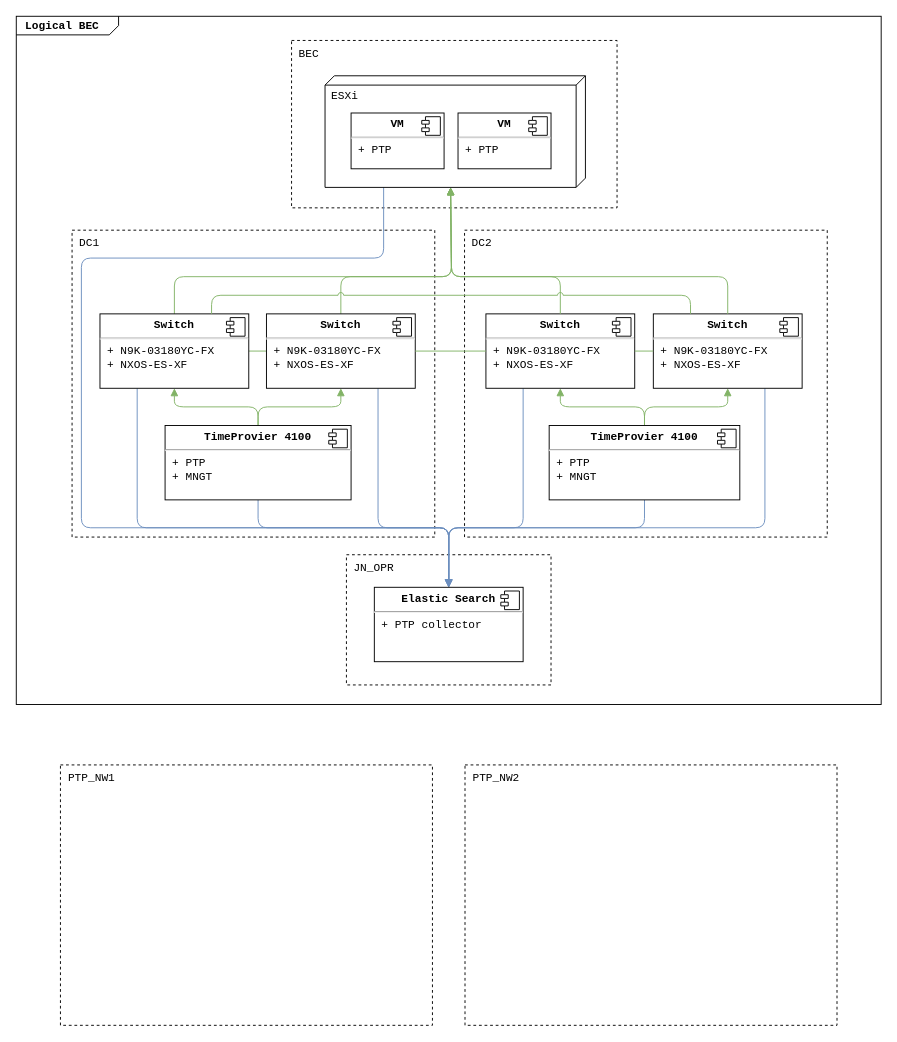
sdyrby/po keeps this draw.io diagram as PTP.drawio. Above is the earlier version. Source tidied: cells renumbered, new cells numbered last; positions are measured from the earlier drawing's top-left corner, leaving out a move shared by most shapes. Both pictures are drawn from the tidied source at 93%, with x=0, y=0 at pixel (16, 16).
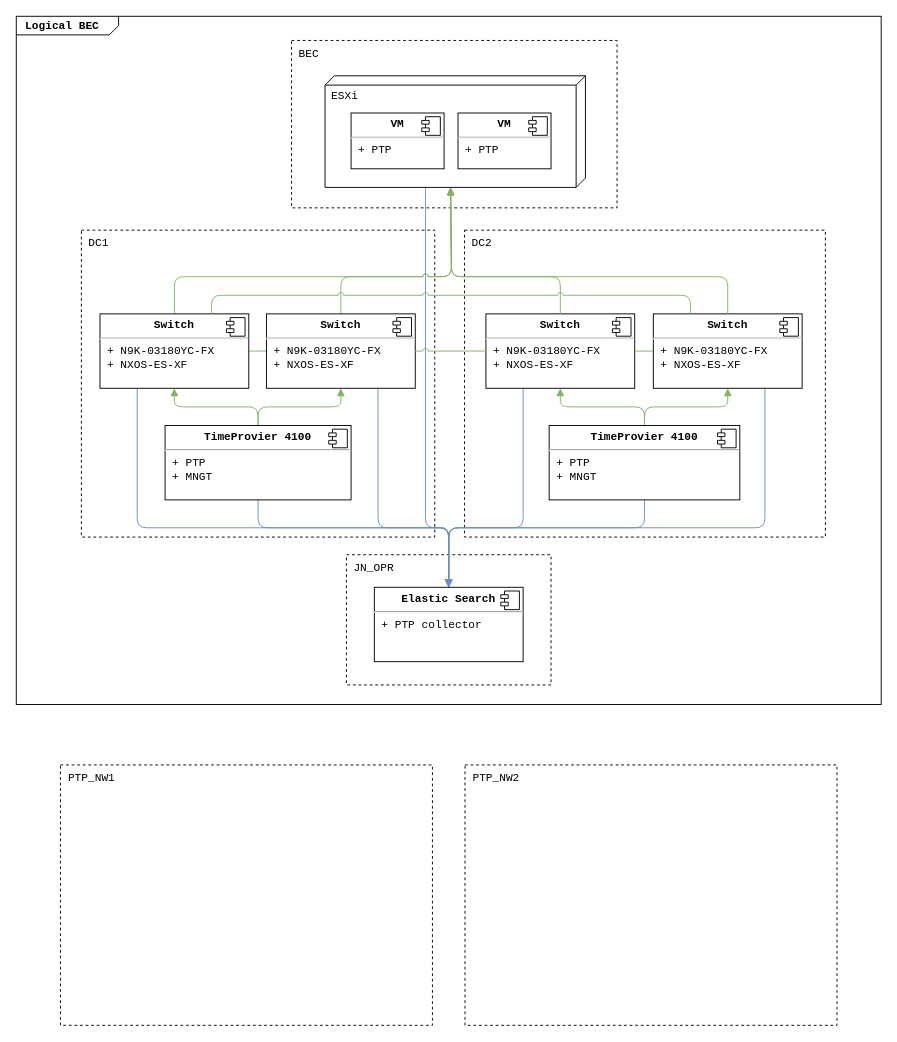
After the change.

The change refers to these unchanged cells:
```xml
<mxCell id="8" value="ESXi" style="verticalAlign=top;align=left;spacingTop=8;spacingLeft=5;spacingRight=12;shape=cube;size=10;direction=south;fontStyle=0;html=1;fontFamily=Courier New;" parent="1" vertex="1">
  <mxGeometry x="332" y="64" width="280" height="120" as="geometry" />
</mxCell>
<mxCell id="18" value="&lt;p style=&quot;margin: 0px ; margin-top: 6px ; text-align: center&quot;&gt;&lt;b&gt;Switch&lt;/b&gt;&lt;/p&gt;&lt;hr&gt;&lt;p style=&quot;margin: 0px ; margin-left: 8px&quot;&gt;+ N9K-03180YC-FX&lt;br&gt;+ NXOS-ES-XF&lt;/p&gt;" style="align=left;overflow=fill;html=1;rounded=0;fontFamily=Courier New;fontStyle=0;" parent="1" vertex="1">
  <mxGeometry x="90" y="320" width="160" height="80" as="geometry" />
</mxCell>
<mxCell id="22" value="&lt;p style=&quot;margin: 0px ; margin-top: 6px ; text-align: center&quot;&gt;&lt;b&gt;Switch&lt;/b&gt;&lt;/p&gt;&lt;hr&gt;&lt;p style=&quot;margin: 0px ; margin-left: 8px&quot;&gt;+ N9K-03180YC-FX&lt;br&gt;+ NXOS-ES-XF&lt;/p&gt;" style="align=left;overflow=fill;html=1;rounded=0;fontFamily=Courier New;fontStyle=0;" parent="1" vertex="1">
  <mxGeometry x="269" y="320" width="160" height="80" as="geometry" />
</mxCell>
<mxCell id="28" value="&lt;p style=&quot;margin: 0px ; margin-top: 6px ; text-align: center&quot;&gt;&lt;b&gt;Switch&lt;/b&gt;&lt;/p&gt;&lt;hr&gt;&lt;p style=&quot;margin: 0px ; margin-left: 8px&quot;&gt;+ N9K-03180YC-FX&lt;br&gt;+ NXOS-ES-XF&lt;/p&gt;" style="align=left;overflow=fill;html=1;rounded=0;fontFamily=Courier New;fontStyle=0;" parent="1" vertex="1">
  <mxGeometry x="505" y="320" width="160" height="80" as="geometry" />
</mxCell>
<mxCell id="45" value="&lt;p style=&quot;margin: 0px ; margin-top: 6px ; text-align: center&quot;&gt;&lt;b&gt;Elastic Search&lt;/b&gt;&lt;/p&gt;&lt;hr&gt;&lt;p style=&quot;margin: 0px ; margin-left: 8px&quot;&gt;+ PTP collector&lt;/p&gt;" style="align=left;overflow=fill;html=1;rounded=0;fontFamily=Courier New;fontStyle=0;" parent="1" vertex="1">
  <mxGeometry x="385" y="614" width="160" height="80" as="geometry" />
</mxCell>
```

Change to the diagram source:
```diff
@@
+    <mxCell id="4" value="&lt;p style=&quot;margin: 0px ; margin-top: 4px ; margin-left: 10px ; text-align: left&quot;&gt;&lt;b&gt;&lt;font&gt;Logical BEC&lt;/font&gt;&lt;/b&gt;&lt;/p&gt;" style="html=1;strokeWidth=1;shape=mxgraph.sysml.package;html=1;overflow=fill;whiteSpace=wrap;fillColor=none;gradientColor=none;fontSize=12;align=left;labelX=110;fontFamily=Courier New;fontStyle=0;" parent="1" vertex="1">
+      <mxGeometry width="930" height="740" as="geometry" />
+    </mxCell>
@@
-    <mxCell id="4" value="&lt;p style=&quot;margin: 0px ; margin-top: 4px ; margin-left: 10px ; text-align: left&quot;&gt;&lt;b&gt;&lt;font&gt;Logical BEC&lt;/font&gt;&lt;/b&gt;&lt;/p&gt;" style="html=1;strokeWidth=1;shape=mxgraph.sysml.package;html=1;overflow=fill;whiteSpace=wrap;fillColor=none;gradientColor=none;fontSize=12;align=left;labelX=110;fontFamily=Courier New;fontStyle=0;" parent="1" vertex="1">
-      <mxGeometry width="930" height="740" as="geometry" />
-    </mxCell>
     <mxCell id="5" value="DC2" style="html=1;rounded=0;dashed=1;fillColor=none;imageVerticalAlign=middle;align=left;verticalAlign=top;spacing=3;spacingLeft=5;strokeColor=#000000;perimeterSpacing=0;gradientColor=none;shadow=0;glass=0;fontFamily=Courier New;fontStyle=0;" parent="1" vertex="1">
-      <mxGeometry x="482" y="230" width="390" height="330" as="geometry" />
+      <mxGeometry x="482" y="230" width="388" height="330" as="geometry" />
     </mxCell>
     <mxCell id="6" value="DC1" style="html=1;rounded=0;dashed=1;fillColor=none;imageVerticalAlign=middle;align=left;verticalAlign=top;spacing=3;spacingLeft=5;glass=0;shadow=0;fontFamily=Courier New;fontStyle=0;" parent="1" vertex="1">
-      <mxGeometry x="60" y="230" width="390" height="330" as="geometry" />
+      <mxGeometry x="70" y="230" width="380" height="330" as="geometry" />
     </mxCell>
-    <mxCell id="7" style="edgeStyle=orthogonalEdgeStyle;rounded=1;jettySize=auto;html=1;exitX=0.992;exitY=0.775;exitDx=0;exitDy=0;exitPerimeter=0;entryX=0.5;entryY=0;entryDx=0;entryDy=0;fontFamily=Courier New;endArrow=block;endFill=1;fillColor=#dae8fc;strokeColor=#6c8ebf;" parent="1" edge="1" source="8" target="45">
+    <mxCell id="7" style="edgeStyle=orthogonalEdgeStyle;rounded=1;jettySize=auto;html=1;entryX=0.5;entryY=0;entryDx=0;entryDy=0;fontFamily=Courier New;endArrow=block;endFill=1;fillColor=#dae8fc;strokeColor=#6c8ebf;" parent="1" edge="1" source="8" target="45">
       <mxGeometry relative="1" as="geometry">
         <Array as="points">
-          <mxPoint x="395" y="260" />
-          <mxPoint x="70" y="260" />
-          <mxPoint x="70" y="550" />
+          <mxPoint x="440" y="550" />
           <mxPoint x="465" y="550" />
         </Array>
       </mxGeometry>
     </mxCell>
@@
-    <mxCell id="16" style="rounded=1;jettySize=auto;html=1;exitX=0.5;exitY=0;exitDx=0;exitDy=0;fontSize=12;entryX=0;entryY=0;entryDx=120;entryDy=145;entryPerimeter=0;edgeStyle=orthogonalEdgeStyle;endArrow=block;endFill=1;fontFamily=Courier New;fontStyle=0;fillColor=#d5e8d4;strokeColor=#82b366;" parent="1" edge="1" source="18" target="8">
+    <mxCell id="16" style="rounded=1;jettySize=auto;html=1;exitX=0.5;exitY=0;exitDx=0;exitDy=0;fontSize=12;entryX=0;entryY=0;entryDx=120;entryDy=145;entryPerimeter=0;edgeStyle=orthogonalEdgeStyle;endArrow=block;endFill=1;fontFamily=Courier New;fontStyle=0;fillColor=#d5e8d4;strokeColor=#82b366;jumpStyle=arc;" parent="1" edge="1" source="18" target="8">
       <mxGeometry relative="1" as="geometry">
         <Array as="points">
           <mxPoint x="170" y="280" />
           <mxPoint x="468" y="280" />
         </Array>
       </mxGeometry>
     </mxCell>
@@
-    <mxCell id="20" style="rounded=1;jettySize=auto;html=1;exitX=0.5;exitY=0;exitDx=0;exitDy=0;fontSize=12;entryX=0;entryY=0;entryDx=120;entryDy=145;entryPerimeter=0;edgeStyle=orthogonalEdgeStyle;endArrow=block;endFill=1;noJump=0;jumpStyle=none;fontFamily=Courier New;fontStyle=0;fillColor=#d5e8d4;strokeColor=#82b366;" parent="1" edge="1" source="22" target="8">
+    <mxCell id="20" style="rounded=1;jettySize=auto;html=1;exitX=0.5;exitY=0;exitDx=0;exitDy=0;fontSize=12;entryX=0;entryY=0;entryDx=120;entryDy=145;entryPerimeter=0;edgeStyle=orthogonalEdgeStyle;endArrow=block;endFill=1;noJump=0;jumpStyle=arc;fontFamily=Courier New;fontStyle=0;fillColor=#d5e8d4;strokeColor=#82b366;" parent="1" edge="1" source="22" target="8">
       <mxGeometry relative="1" as="geometry">
         <Array as="points">
           <mxPoint x="349" y="280" />
           <mxPoint x="468" y="280" />
         </Array>
       </mxGeometry>
     </mxCell>
@@
-    <mxCell id="40" style="rounded=1;jettySize=auto;html=1;exitX=1;exitY=0.5;exitDx=0;exitDy=0;entryX=0;entryY=0.5;entryDx=0;entryDy=0;fontSize=12;edgeStyle=orthogonalEdgeStyle;endArrow=none;endFill=0;fontFamily=Courier New;fontStyle=0;fillColor=#d5e8d4;strokeColor=#82b366;" parent="1" edge="1" source="22" target="28">
+    <mxCell id="40" style="rounded=1;jettySize=auto;html=1;exitX=1;exitY=0.5;exitDx=0;exitDy=0;entryX=0;entryY=0.5;entryDx=0;entryDy=0;fontSize=12;edgeStyle=orthogonalEdgeStyle;endArrow=none;endFill=0;fontFamily=Courier New;fontStyle=0;fillColor=#d5e8d4;strokeColor=#82b366;jumpStyle=arc;" parent="1" edge="1" source="22" target="28">
       <mxGeometry relative="1" as="geometry" />
     </mxCell>
```
